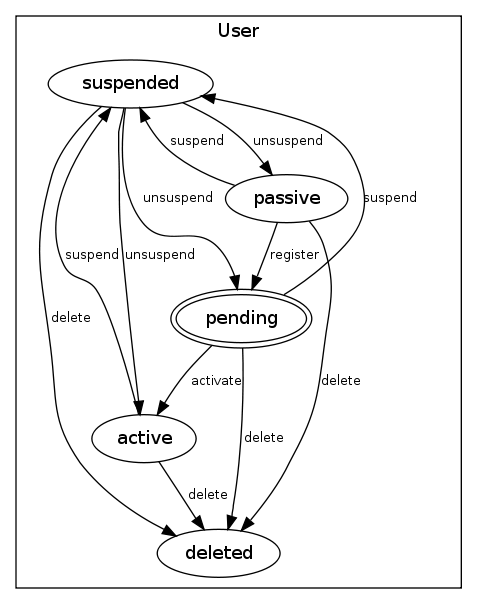
AnthonyDiGirolamo/dms keeps this Graphviz diagram as doc/state.png. Above is the earlier version. Its source is kept beside it as doc/state.dot.
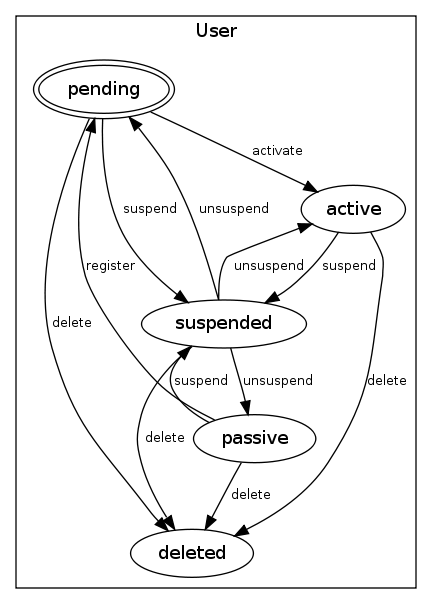
After the change.

The edit, as a diff of the source:
```diff
@@ -2,20 +2,20 @@
 	graph[overlap=false, splines=true]
 subgraph cluster_user {
 	label = "User"
-	user_suspended [label=suspended ];
-  user_deleted [label=deleted ];
+	user_deleted [label=deleted ];
+  user_pending [label=pending , peripheries = 2];
   user_active [label=active ];
-  user_pending [label=pending , peripheries = 2];
-  user_passive [label=passive ];}	"user_suspended" -> "user_active" [label="unsuspend", fontsize=10]
+  user_passive [label=passive ];
+  user_suspended [label=suspended ];}	"user_passive" -> "user_pending" [label="register", fontsize=10]
+	"user_passive" -> "user_suspended" [label="suspend", fontsize=10]
+	"user_pending" -> "user_suspended" [label="suspend", fontsize=10]
+	"user_active" -> "user_suspended" [label="suspend", fontsize=10]
+	"user_suspended" -> "user_active" [label="unsuspend", fontsize=10]
 	"user_suspended" -> "user_pending" [label="unsuspend", fontsize=10]
 	"user_suspended" -> "user_passive" [label="unsuspend", fontsize=10]
-	"user_passive" -> "user_pending" [label="register", fontsize=10]
 	"user_pending" -> "user_active" [label="activate", fontsize=10]
 	"user_passive" -> "user_deleted" [label="delete", fontsize=10]
 	"user_pending" -> "user_deleted" [label="delete", fontsize=10]
 	"user_active" -> "user_deleted" [label="delete", fontsize=10]
 	"user_suspended" -> "user_deleted" [label="delete", fontsize=10]
-	"user_passive" -> "user_suspended" [label="suspend", fontsize=10]
-	"user_pending" -> "user_suspended" [label="suspend", fontsize=10]
-	"user_active" -> "user_suspended" [label="suspend", fontsize=10]
 }
```
